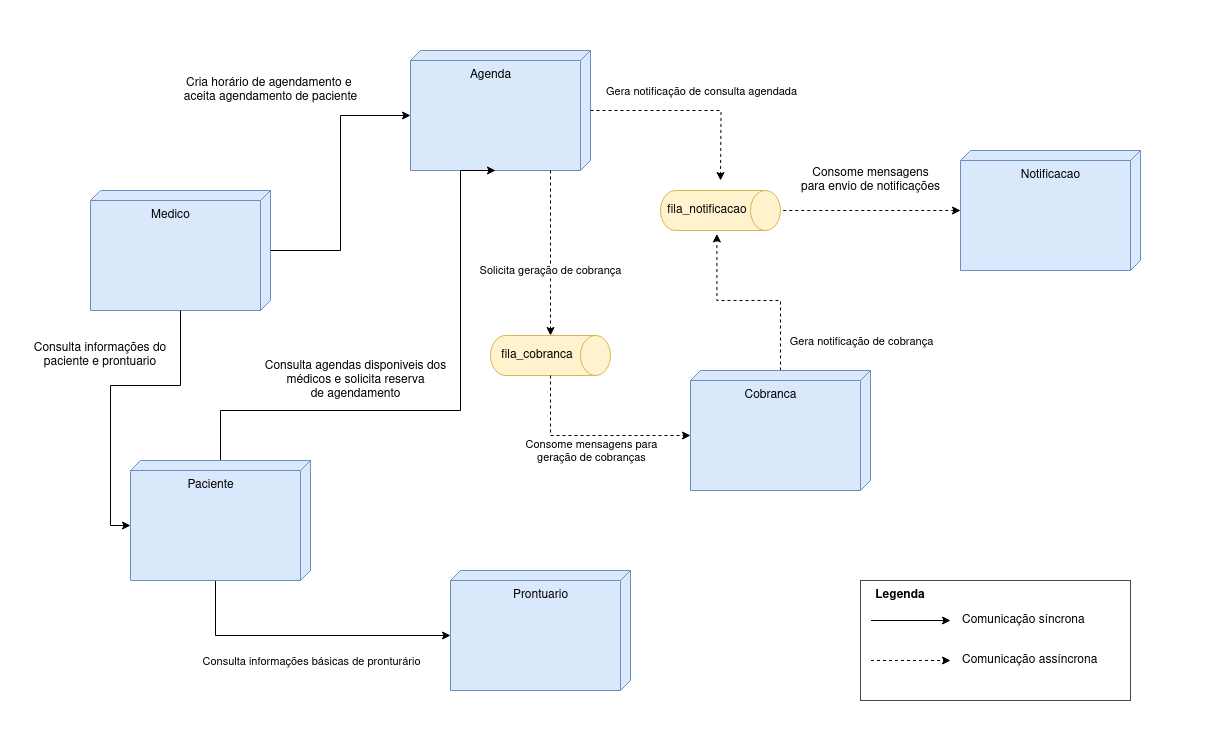
This is imgs/comunicao_microservicos.png from rafaelbgil/fiap-hackathon, a draw.io export, as it was before one commit. Source tidied: cells renumbered, new cells last; positions are measured from the earlier drawing's top-left corner, leaving out a move shared by most shapes. Its diagram source:
```xml
<mxGraphModel>
  <root>
    <mxCell id="0" />
    <mxCell id="1" parent="0" />
    <mxCell id="2" style="rounded=0;whiteSpace=wrap;html=1;strokeColor=none;" parent="1" vertex="1">
      <mxGeometry width="1220" height="750" as="geometry" />
    </mxCell>
    <mxCell id="3" value="&lt;div&gt;&lt;br&gt;&lt;/div&gt;&lt;div&gt;&lt;br&gt;&lt;/div&gt;" style="verticalAlign=top;align=center;spacingTop=8;spacingLeft=2;spacingRight=12;shape=cube;size=10;direction=south;fontStyle=4;html=1;whiteSpace=wrap;fillColor=#dae8fc;strokeColor=#6c8ebf;" parent="1" vertex="1">
      <mxGeometry x="410" y="50" width="180" height="120" as="geometry" />
    </mxCell>
    <mxCell id="4" value="Agenda" style="text;html=1;align=center;verticalAlign=middle;strokeColor=none;fillColor=none;" parent="1" vertex="1">
      <mxGeometry x="460" y="60" width="60" height="30" as="geometry" />
    </mxCell>
    <mxCell id="5" style="edgeStyle=orthogonalEdgeStyle;rounded=0;jettySize=auto;html=1;dashed=1;exitX=0.5;exitY=-0.023;exitDx=0;exitDy=0;exitPerimeter=0;" parent="1" edge="1" source="19" target="6">
      <mxGeometry relative="1" as="geometry" />
    </mxCell>
    <mxCell id="6" value="&lt;div&gt;&lt;br&gt;&lt;/div&gt;&lt;div&gt;&lt;br&gt;&lt;/div&gt;" style="verticalAlign=top;align=center;spacingTop=8;spacingLeft=2;spacingRight=12;shape=cube;size=10;direction=south;fontStyle=4;html=1;whiteSpace=wrap;fillColor=#dae8fc;strokeColor=#6c8ebf;" parent="1" vertex="1">
      <mxGeometry x="960" y="150" width="180" height="120" as="geometry" />
    </mxCell>
    <mxCell id="7" value="Notificacao" style="text;html=1;align=center;verticalAlign=middle;strokeColor=none;fillColor=none;" parent="1" vertex="1">
      <mxGeometry x="1010" y="160" width="80" height="30" as="geometry" />
    </mxCell>
    <mxCell id="8" value="&lt;div&gt;&lt;br&gt;&lt;/div&gt;&lt;div&gt;&lt;br&gt;&lt;/div&gt;" style="verticalAlign=top;align=center;spacingTop=8;spacingLeft=2;spacingRight=12;shape=cube;size=10;direction=south;fontStyle=4;html=1;whiteSpace=wrap;fillColor=#dae8fc;strokeColor=#6c8ebf;" parent="1" vertex="1">
      <mxGeometry x="90" y="190" width="180" height="120" as="geometry" />
    </mxCell>
    <mxCell id="9" value="Medico" style="text;html=1;align=center;verticalAlign=middle;strokeColor=none;fillColor=none;" parent="1" vertex="1">
      <mxGeometry x="140" y="200" width="60" height="30" as="geometry" />
    </mxCell>
    <mxCell id="10" style="edgeStyle=orthogonalEdgeStyle;rounded=0;jettySize=auto;html=1;entryX=1.086;entryY=0.53;entryDx=0;entryDy=0;entryPerimeter=0;dashed=1;" parent="1" edge="1" source="11" target="19">
      <mxGeometry relative="1" as="geometry" />
    </mxCell>
    <mxCell id="11" value="&lt;div&gt;&lt;br&gt;&lt;/div&gt;&lt;div&gt;&lt;br&gt;&lt;/div&gt;" style="verticalAlign=top;align=center;spacingTop=8;spacingLeft=2;spacingRight=12;shape=cube;size=10;direction=south;fontStyle=4;html=1;whiteSpace=wrap;fillColor=#dae8fc;strokeColor=#6c8ebf;" parent="1" vertex="1">
      <mxGeometry x="690" y="370" width="180" height="120" as="geometry" />
    </mxCell>
    <mxCell id="12" value="Cobranca" style="text;html=1;align=center;verticalAlign=middle;strokeColor=none;fillColor=none;" parent="1" vertex="1">
      <mxGeometry x="730" y="380" width="80" height="30" as="geometry" />
    </mxCell>
    <mxCell id="13" style="edgeStyle=orthogonalEdgeStyle;rounded=0;jettySize=auto;html=1;entryX=0;entryY=0;entryDx=65;entryDy=180;entryPerimeter=0;exitX=0;exitY=0;exitDx=120;exitDy=95;exitPerimeter=0;" parent="1" edge="1" source="29" target="26">
      <mxGeometry relative="1" as="geometry">
        <Array as="points">
          <mxPoint x="215" y="635" />
        </Array>
      </mxGeometry>
    </mxCell>
    <mxCell id="14" value="Consulta informações básicas de pronturário" style="edgeLabel;html=1;align=center;verticalAlign=middle;" parent="13" vertex="1">
      <mxGeometry x="-0.77" relative="1" as="geometry">
        <mxPoint x="95" y="47" as="offset" />
      </mxGeometry>
    </mxCell>
    <mxCell id="15" style="edgeStyle=orthogonalEdgeStyle;rounded=0;jettySize=auto;html=1;dashed=1;" parent="1" edge="1" source="3">
      <mxGeometry relative="1" as="geometry">
        <mxPoint x="720" y="180" as="targetPoint" />
      </mxGeometry>
    </mxCell>
    <mxCell id="16" style="edgeStyle=orthogonalEdgeStyle;rounded=0;jettySize=auto;html=1;entryX=0;entryY=0;entryDx=120;entryDy=95;entryPerimeter=0;" parent="1" edge="1" source="29" target="3">
      <mxGeometry relative="1" as="geometry">
        <Array as="points">
          <mxPoint x="220" y="410" />
          <mxPoint x="460" y="410" />
          <mxPoint x="460" y="170" />
        </Array>
      </mxGeometry>
    </mxCell>
    <mxCell id="17" style="edgeStyle=orthogonalEdgeStyle;rounded=0;jettySize=auto;html=1;entryX=0;entryY=0;entryDx=65;entryDy=180;entryPerimeter=0;" parent="1" edge="1" source="8" target="3">
      <mxGeometry relative="1" as="geometry" />
    </mxCell>
    <mxCell id="18" value="Gera notificação de cobrança" style="edgeLabel;html=1;align=center;verticalAlign=middle;" parent="1" vertex="1">
      <mxGeometry x="860" y="340" as="geometry" />
    </mxCell>
    <mxCell id="19" value="fila_notificacao" style="shape=cylinder3;whiteSpace=wrap;html=1;boundedLbl=1;backgroundOutline=1;size=15;rotation=0;direction=south;fillColor=#fff2cc;strokeColor=#d6b656;" parent="1" vertex="1">
      <mxGeometry x="660" y="190" width="120" height="40" as="geometry" />
    </mxCell>
    <mxCell id="20" value="Gera notificação de consulta agendada" style="edgeLabel;html=1;align=center;verticalAlign=middle;" parent="1" vertex="1">
      <mxGeometry x="700" y="90" as="geometry" />
    </mxCell>
    <mxCell id="21" value="&lt;div&gt;Consome mensagens &lt;br&gt;&lt;/div&gt;&lt;div&gt;para envio de notificações&lt;br&gt;&lt;/div&gt;" style="text;html=1;align=center;verticalAlign=middle;strokeColor=none;fillColor=none;" parent="1" vertex="1">
      <mxGeometry x="790" y="160" width="160" height="40" as="geometry" />
    </mxCell>
    <mxCell id="22" value="&lt;div&gt;Cria horário de agendamento e&amp;nbsp;&lt;/div&gt;&lt;div&gt;aceita agendamento de paciente&lt;/div&gt;" style="text;html=1;align=center;verticalAlign=middle;strokeColor=none;fillColor=none;" parent="1" vertex="1">
      <mxGeometry x="170" y="70" width="200" height="40" as="geometry" />
    </mxCell>
    <mxCell id="23" value="&lt;div&gt;Consulta agendas disponiveis dos&lt;/div&gt;&lt;div&gt;médicos e solicita reserva&lt;/div&gt;&lt;div&gt;de agendamento&lt;br&gt;&lt;/div&gt;" style="text;html=1;align=center;verticalAlign=middle;strokeColor=none;fillColor=none;" parent="1" vertex="1">
      <mxGeometry x="250" y="350" width="210" height="60" as="geometry" />
    </mxCell>
    <mxCell id="24" style="edgeStyle=orthogonalEdgeStyle;rounded=0;jettySize=auto;html=1;entryX=0;entryY=0;entryDx=65;entryDy=180;entryPerimeter=0;" parent="1" edge="1" source="8" target="29">
      <mxGeometry relative="1" as="geometry" />
    </mxCell>
    <mxCell id="25" style="group;" parent="1" vertex="1">
      <mxGeometry x="450" y="570" width="180" height="120" as="geometry" />
    </mxCell>
    <mxCell id="26" value="&lt;div&gt;&lt;br&gt;&lt;/div&gt;&lt;div&gt;&lt;br&gt;&lt;/div&gt;" style="verticalAlign=top;align=center;spacingTop=8;spacingLeft=2;spacingRight=12;shape=cube;size=10;direction=south;fontStyle=4;html=1;whiteSpace=wrap;fillColor=#dae8fc;strokeColor=#6c8ebf;" parent="25" vertex="1">
      <mxGeometry width="180" height="120" as="geometry" />
    </mxCell>
    <mxCell id="27" value="Prontuario" style="text;html=1;align=center;verticalAlign=middle;strokeColor=none;fillColor=none;" parent="25" vertex="1">
      <mxGeometry x="50" y="10" width="80" height="30" as="geometry" />
    </mxCell>
    <mxCell id="28" style="group;" parent="1" vertex="1">
      <mxGeometry x="130" y="460" width="180" height="120" as="geometry" />
    </mxCell>
    <mxCell id="29" value="&lt;div&gt;&lt;br&gt;&lt;/div&gt;&lt;div&gt;&lt;br&gt;&lt;/div&gt;" style="verticalAlign=top;align=center;spacingTop=8;spacingLeft=2;spacingRight=12;shape=cube;size=10;direction=south;fontStyle=4;html=1;whiteSpace=wrap;fillColor=#dae8fc;strokeColor=#6c8ebf;" parent="28" vertex="1">
      <mxGeometry width="180" height="120" as="geometry" />
    </mxCell>
    <mxCell id="30" value="Paciente" style="text;html=1;align=center;verticalAlign=middle;strokeColor=none;fillColor=none;" parent="28" vertex="1">
      <mxGeometry x="45" y="10" width="70" height="30" as="geometry" />
    </mxCell>
    <mxCell id="31" value="Consulta informações do paciente e prontuario" style="text;html=1;align=center;verticalAlign=middle;whiteSpace=wrap;rounded=0;" parent="1" vertex="1">
      <mxGeometry x="30" y="340" width="140" height="30" as="geometry" />
    </mxCell>
    <mxCell id="32" value="Legenda" style="text;html=1;align=center;verticalAlign=middle;whiteSpace=wrap;rounded=0;fontStyle=1;" parent="1" vertex="1">
      <mxGeometry x="870" y="580" width="60" height="30" as="geometry" />
    </mxCell>
    <mxCell id="33" style="rounded=0;whiteSpace=wrap;html=1;fillColor=none;fontColor=#333333;strokeColor=#4A4A4A;" parent="1" vertex="1">
      <mxGeometry x="860" y="580" width="270" height="120" as="geometry" />
    </mxCell>
    <mxCell id="34" style="endArrow=classic;html=1;rounded=0;entryX=0.934;entryY=0.72;entryDx=0;entryDy=0;entryPerimeter=0;" parent="1" edge="1">
      <mxGeometry relative="1" as="geometry">
        <mxPoint x="870.5" y="620" as="sourcePoint" />
        <mxPoint x="950" y="620" as="targetPoint" />
      </mxGeometry>
    </mxCell>
    <mxCell id="35" value="Comunicação síncrona" style="text;html=1;align=left;verticalAlign=middle;whiteSpace=wrap;rounded=0;" parent="1" vertex="1">
      <mxGeometry x="960" y="605" width="150" height="30" as="geometry" />
    </mxCell>
    <mxCell id="36" style="endArrow=classic;html=1;rounded=0;entryX=0.934;entryY=0.72;entryDx=0;entryDy=0;entryPerimeter=0;dashed=1;" parent="1" edge="1">
      <mxGeometry relative="1" as="geometry">
        <mxPoint x="870.5" y="660" as="sourcePoint" />
        <mxPoint x="950" y="660" as="targetPoint" />
      </mxGeometry>
    </mxCell>
    <mxCell id="37" value="Comunicação assíncrona" style="text;html=1;align=left;verticalAlign=middle;whiteSpace=wrap;rounded=0;" parent="1" vertex="1">
      <mxGeometry x="960" y="645" width="150" height="30" as="geometry" />
    </mxCell>
    <mxCell id="38" value="fila_cobranca" style="shape=cylinder3;whiteSpace=wrap;html=1;boundedLbl=1;backgroundOutline=1;size=15;rotation=0;direction=south;fillColor=#fff2cc;strokeColor=#d6b656;" parent="1" vertex="1">
      <mxGeometry x="490" y="335" width="120" height="40" as="geometry" />
    </mxCell>
    <mxCell id="39" value="Solicita geração de cobrança" style="edgeStyle=orthogonalEdgeStyle;rounded=0;jettySize=auto;html=1;entryX=0;entryY=0.5;entryDx=0;entryDy=0;entryPerimeter=0;dashed=1;" parent="1" edge="1" source="3" target="38">
      <mxGeometry x="0.21" relative="1" as="geometry">
        <Array as="points">
          <mxPoint x="550" y="280" />
          <mxPoint x="550" y="280" />
        </Array>
      </mxGeometry>
    </mxCell>
    <mxCell id="40" style="edgeStyle=orthogonalEdgeStyle;rounded=0;jettySize=auto;html=1;entryX=0;entryY=0;entryDx=65;entryDy=180;entryPerimeter=0;dashed=1;" parent="1" edge="1" source="38" target="11">
      <mxGeometry relative="1" as="geometry">
        <Array as="points">
          <mxPoint x="550" y="435" />
        </Array>
      </mxGeometry>
    </mxCell>
    <mxCell id="41" value="&lt;div&gt;Consome mensagens para&lt;/div&gt;&lt;div&gt;geração de cobranças&lt;br&gt;&lt;/div&gt;" style="edgeLabel;html=1;align=center;verticalAlign=middle;" parent="40" vertex="1">
      <mxGeometry x="-0.05" y="1" relative="1" as="geometry">
        <mxPoint x="6" y="16" as="offset" />
      </mxGeometry>
    </mxCell>
  </root>
</mxGraphModel>
```
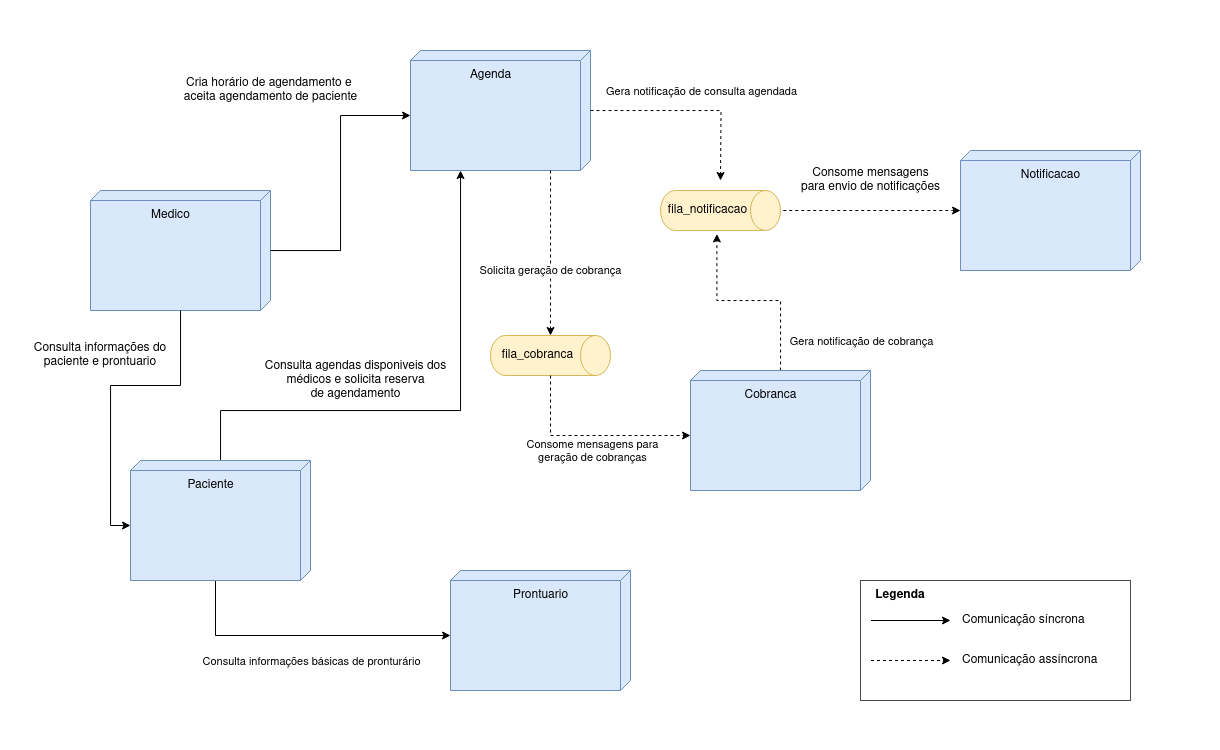
The same file after the commit.

Commit message:
Atualização da documentação

Diff of the diagram source:
```diff
@@ -52,8 +52,9 @@
         <mxPoint x="720" y="180" as="targetPoint" />
       </mxGeometry>
     </mxCell>
-    <mxCell id="16" style="edgeStyle=orthogonalEdgeStyle;rounded=0;jettySize=auto;html=1;entryX=0;entryY=0;entryDx=120;entryDy=95;entryPerimeter=0;" parent="1" edge="1" source="29" target="3">
+    <mxCell id="16" style="edgeStyle=orthogonalEdgeStyle;rounded=0;jettySize=auto;html=1;" parent="1" edge="1" source="29">
       <mxGeometry relative="1" as="geometry">
+        <mxPoint x="460" y="170" as="targetPoint" />
         <Array as="points">
           <mxPoint x="220" y="410" />
           <mxPoint x="460" y="410" />
```
